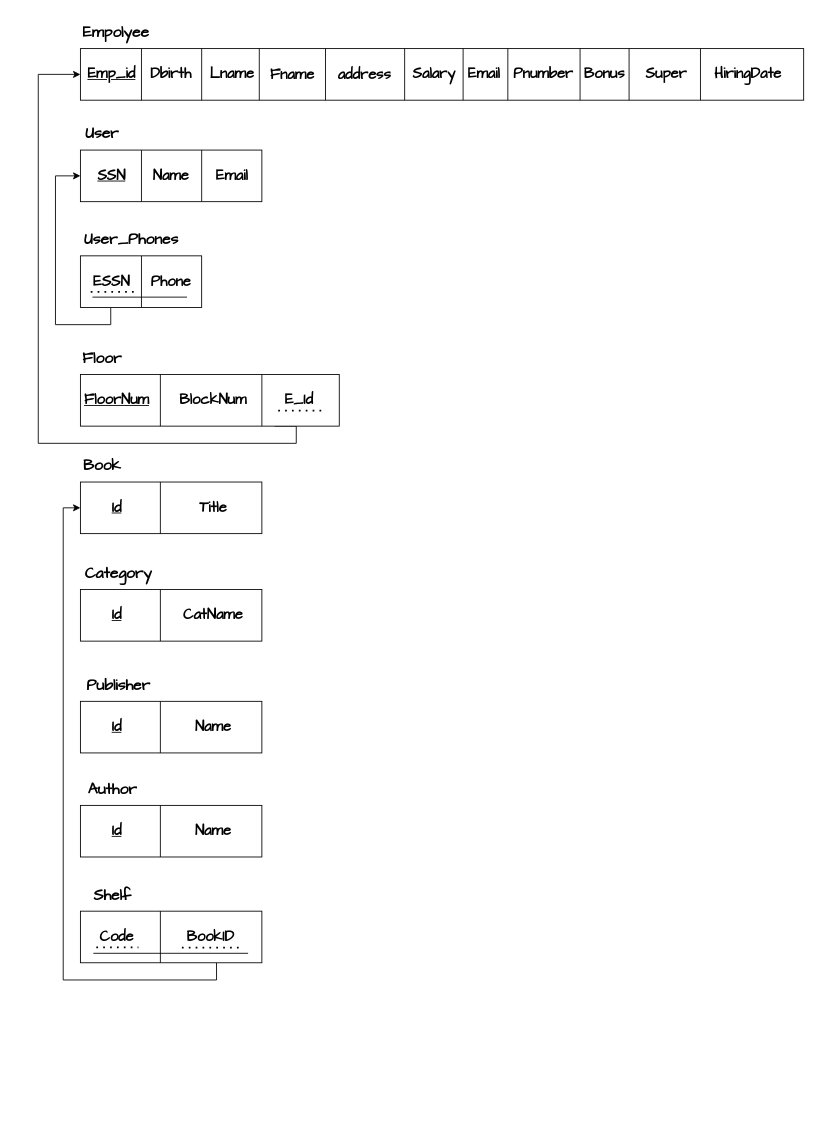
This is Mapping6.drawio from you22ef/ERDs, a draw.io file, before an edit. Source tidied: cells renumbered, new cells numbered last; positions are measured from the earlier drawing's top-left corner, leaving out a move shared by most shapes. Both pictures are drawn from the tidied source at 86%, with x=0, y=0 at pixel (38, 15).
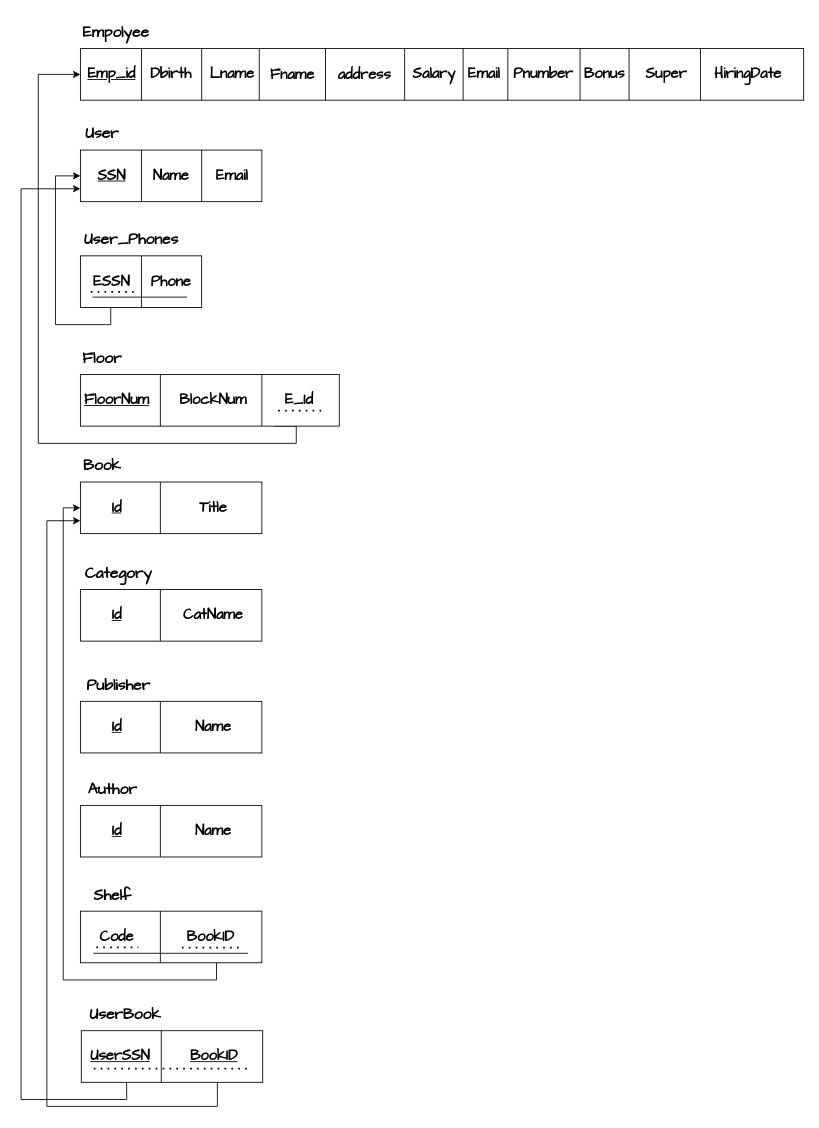
Above is the later version.

The change refers to these unchanged cells:
```xml
<mxCell id="24" style="rounded=0;whiteSpace=wrap;html=1;fontFamily=Architects Daughter;" parent="1" vertex="1">
  <mxGeometry x="49" y="157" width="211" height="60" as="geometry" />
</mxCell>
<mxCell id="45" style="rounded=0;whiteSpace=wrap;html=1;fontFamily=Architects Daughter;" parent="1" vertex="1">
  <mxGeometry x="49" y="543" width="211" height="60" as="geometry" />
</mxCell>
```

The edit, as a diff of the source:
```diff
@@
+    <mxCell id="79" style="edgeStyle=orthogonalEdgeStyle;rounded=0;jettySize=auto;html=1;exitX=0.25;exitY=1;exitDx=0;exitDy=0;entryX=0;entryY=0.75;entryDx=0;entryDy=0;" parent="1" edge="1" source="81" target="24">
+      <mxGeometry relative="1" as="geometry">
+        <Array as="points">
+          <mxPoint x="103" y="1261" />
+          <mxPoint x="-20" y="1261" />
+          <mxPoint x="-20" y="202" />
+        </Array>
+      </mxGeometry>
+    </mxCell>
+    <mxCell id="80" style="edgeStyle=orthogonalEdgeStyle;rounded=0;jettySize=auto;html=1;exitX=0.75;exitY=1;exitDx=0;exitDy=0;entryX=0;entryY=0.75;entryDx=0;entryDy=0;" parent="1" edge="1" source="81" target="45">
+      <mxGeometry relative="1" as="geometry">
+        <Array as="points">
+          <mxPoint x="208" y="1269" />
+          <mxPoint x="10" y="1269" />
+          <mxPoint x="10" y="588" />
+        </Array>
+      </mxGeometry>
+    </mxCell>
+    <mxCell id="81" style="rounded=0;whiteSpace=wrap;html=1;fontFamily=Architects Daughter;" parent="1" vertex="1">
+      <mxGeometry x="50" y="1181" width="211" height="60" as="geometry" />
+    </mxCell>
+    <mxCell id="82" style="endArrow=none;html=1;rounded=0;fontFamily=Architects Daughter;" parent="1" edge="1">
+      <mxGeometry relative="1" as="geometry">
+        <mxPoint x="143" y="1241" as="sourcePoint" />
+        <mxPoint x="143" y="1181" as="targetPoint" />
+      </mxGeometry>
+    </mxCell>
+    <mxCell id="83" value="&lt;span style=&quot;font-size: 17px;&quot;&gt;&lt;b&gt;UserSSN&lt;/b&gt;&lt;/span&gt;" style="text;html=1;align=center;verticalAlign=middle;strokeColor=none;fillColor=none;fontStyle=4;fontFamily=Architects Daughter;" parent="1" vertex="1">
+      <mxGeometry x="50" y="1196" width="90" height="30" as="geometry" />
+    </mxCell>
+    <mxCell id="84" value="&lt;font style=&quot;font-size: 17px;&quot;&gt;&lt;b&gt;BookID&lt;/b&gt;&lt;/font&gt;" style="text;html=1;align=center;verticalAlign=middle;strokeColor=none;fillColor=none;fontFamily=Architects Daughter;fontStyle=4;" parent="1" vertex="1">
+      <mxGeometry x="164" y="1196" width="80" height="30" as="geometry" />
+    </mxCell>
+    <mxCell id="85" value="&lt;b&gt;UserBook&lt;/b&gt;" style="text;html=1;align=center;verticalAlign=middle;strokeColor=none;fillColor=none;fontFamily=Architects Daughter;fontSize=18;" parent="1" vertex="1">
+      <mxGeometry x="46" y="1142" width="110" height="40" as="geometry" />
+    </mxCell>
+    <mxCell id="86" style="endArrow=none;dashed=1;html=1;dashPattern=1 3;strokeWidth=2;rounded=0;" parent="1" edge="1">
+      <mxGeometry relative="1" as="geometry">
+        <mxPoint x="64.5" y="1225" as="sourcePoint" />
+        <mxPoint x="244.5" y="1225" as="targetPoint" />
+      </mxGeometry>
+    </mxCell>
```
